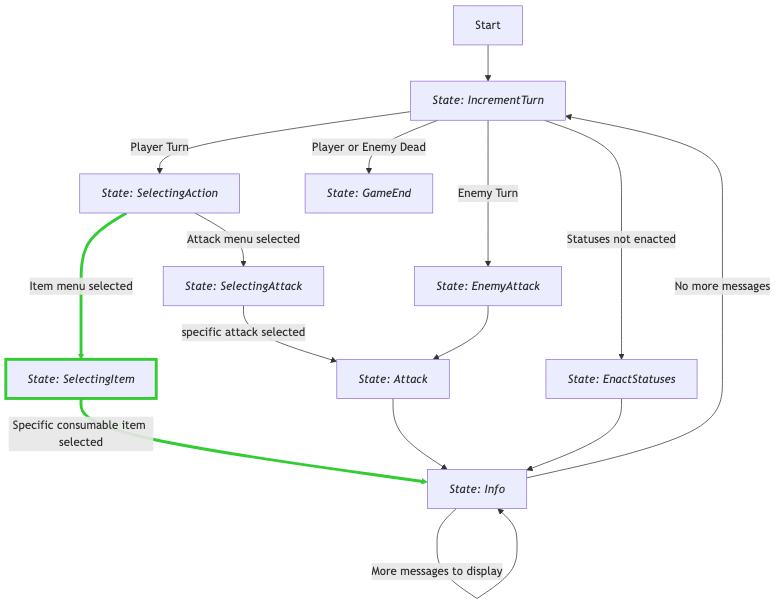
JakeTaussig/rpg-rougelike keeps this Mermaid diagram as docs/state_diagram.png. Above is the earlier version. Its source is kept beside it as docs/state_diagram.mermaid.
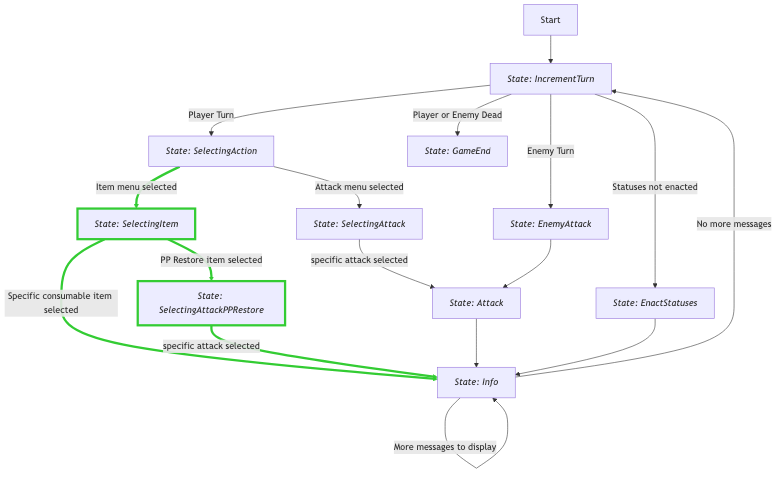
Above is the later version.

Commit message:
update state diagram

The edit, as a diff of the source:
```diff
@@ -10,6 +10,8 @@
   EnactStatuses[*State: EnactStatuses*]
   SelectingItem[*State: SelectingItem*]
   style SelectingItem stroke:#33cc33,stroke-width:4
+  SelectingAttackPPRestore[*State: SelectingAttackPPRestore*]
+  style SelectingAttackPPRestore stroke:#33cc33,stroke-width:4
 
   Start --> IncrementTurn
 
@@ -21,6 +23,11 @@
   linkStyle 4 stroke:#33cc33,stroke-width:4px
   SelectingItem --> |Specific consumable item selected|Info
   linkStyle 5 stroke:#33cc33,stroke-width:4px
+  SelectingItem --> |PP Restore item selected|SelectingAttackPPRestore
+  linkStyle 6 stroke:#33cc33,stroke-width:4px
+
+  SelectingAttackPPRestore --> |specific attack selected|Info
+  linkStyle 7 stroke:#33cc33,stroke-width:4px
 
   IncrementTurn --> |Enemy Turn| EnemyAttack
   EnemyAttack --> Attack
```
